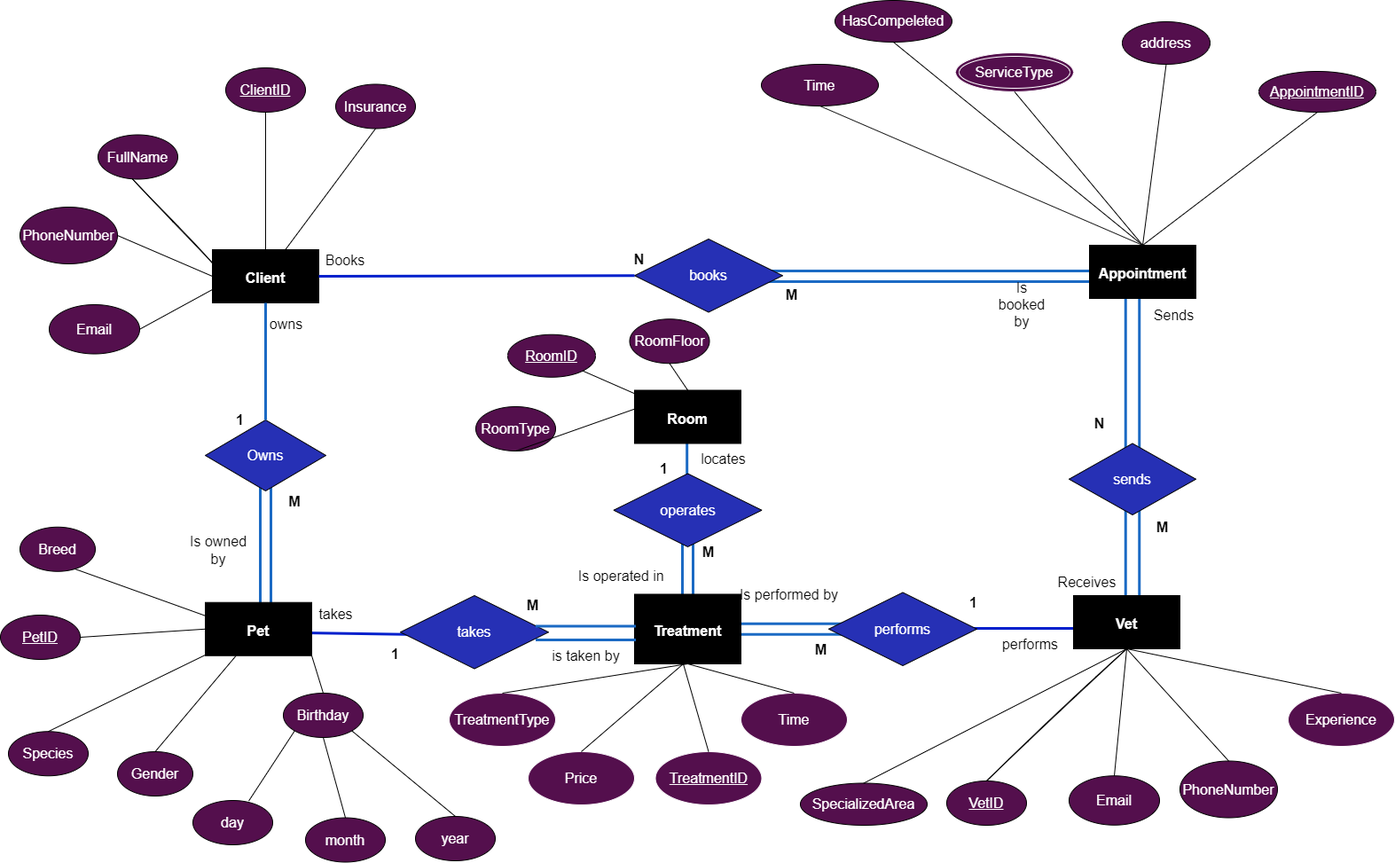
This is PetClinic.drawio.png from tomztz/SQL-Pet-Clinic, a draw.io export, as it was before one commit. Source tidied: cells renumbered, new cells last; positions are measured from the earlier drawing's top-left corner, leaving out a move shared by most shapes.
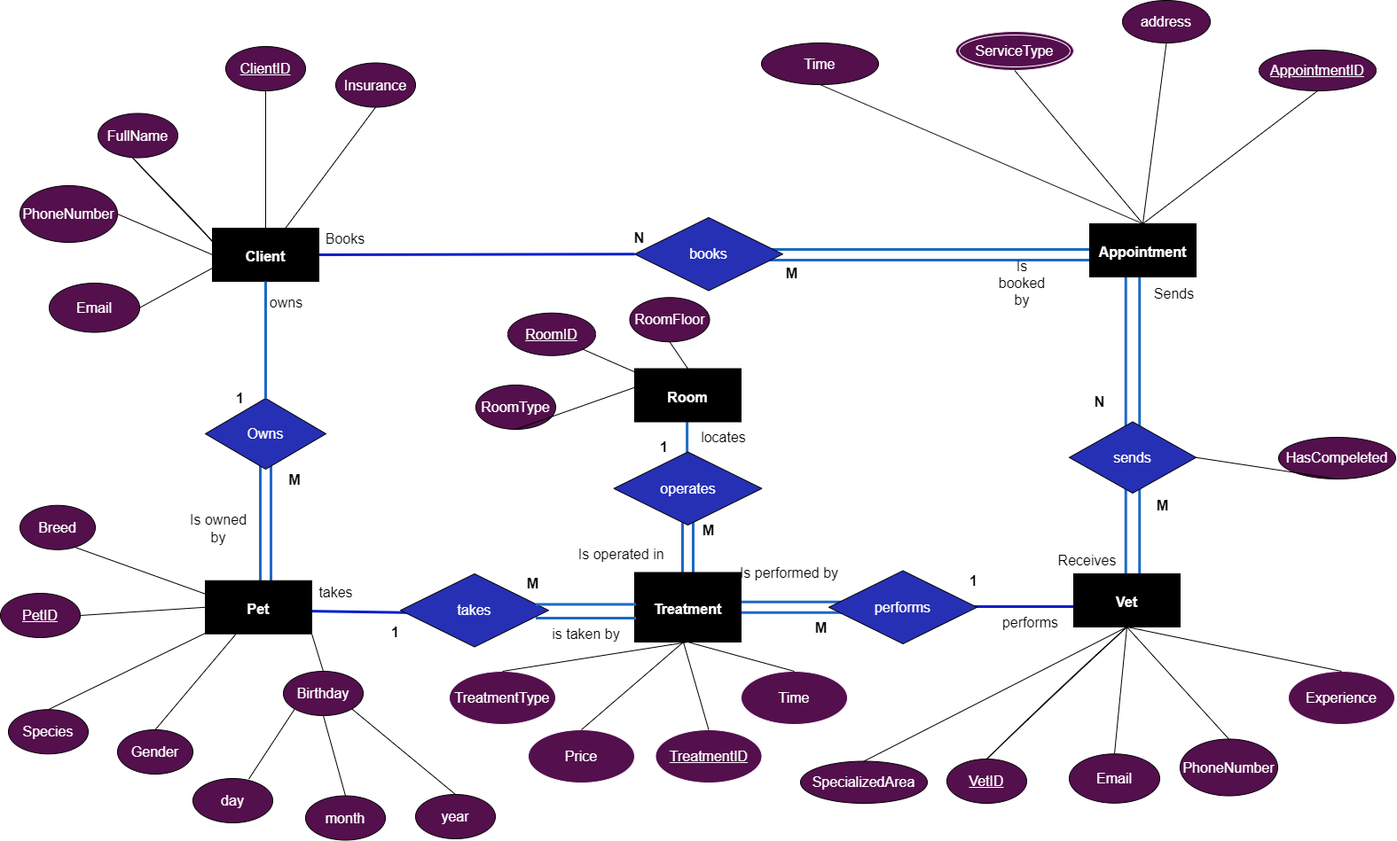
The same file after the commit.

Change to the diagram source:
```diff
@@ -337,9 +337,9 @@
       <mxGeometry relative="1" as="geometry" />
     </mxCell>
     <mxCell id="109" value="HasCompeleted" style="ellipse;whiteSpace=wrap;html=1;fontSize=16;fontColor=#FFFFFF;fillColor=#540F4D;" parent="1" vertex="1">
-      <mxGeometry x="941" width="132" height="47" as="geometry" />
+      <mxGeometry x="1441" y="517" width="132" height="47" as="geometry" />
     </mxCell>
-    <mxCell id="110" style="endArrow=none;html=1;rounded=0;entryX=0.5;entryY=1;entryDx=0;entryDy=0;exitX=0.5;exitY=0;exitDx=0;exitDy=0;" parent="1" edge="1" source="13" target="109">
+    <mxCell id="110" style="endArrow=none;html=1;rounded=0;entryX=0.5;entryY=1;entryDx=0;entryDy=0;exitX=1;exitY=0.5;exitDx=0;exitDy=0;" parent="1" edge="1" source="45" target="109">
       <mxGeometry relative="1" as="geometry" />
     </mxCell>
   </root>
```
